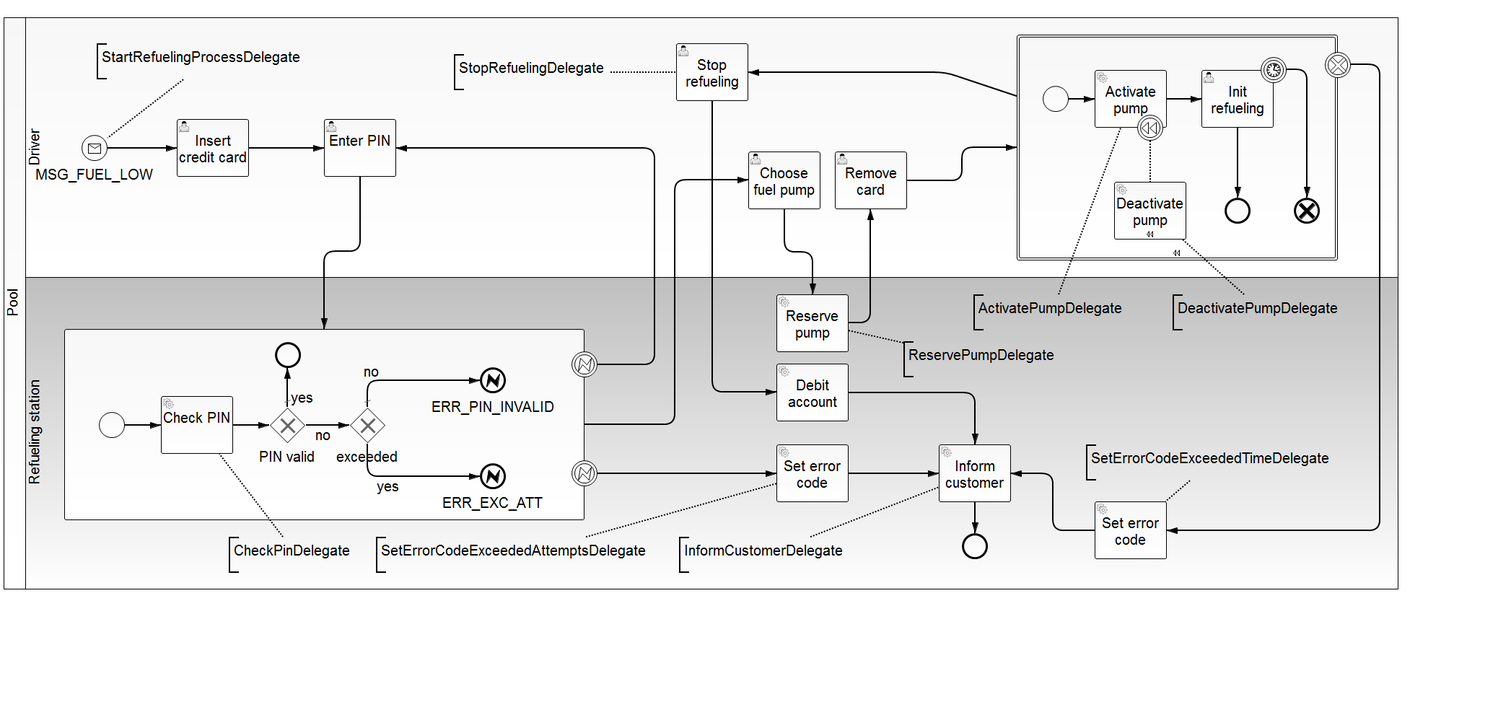
Before: bpmn-server/src/main/resources/RefuelNoCollaboration.png, a diagram exported from BPMN (gheddie/bpmn_watcher_all_new). Its source is kept beside it as bpmn-server/src/main/resources/RefuelNoCollaboration.bpmn. Ids are renumbered.
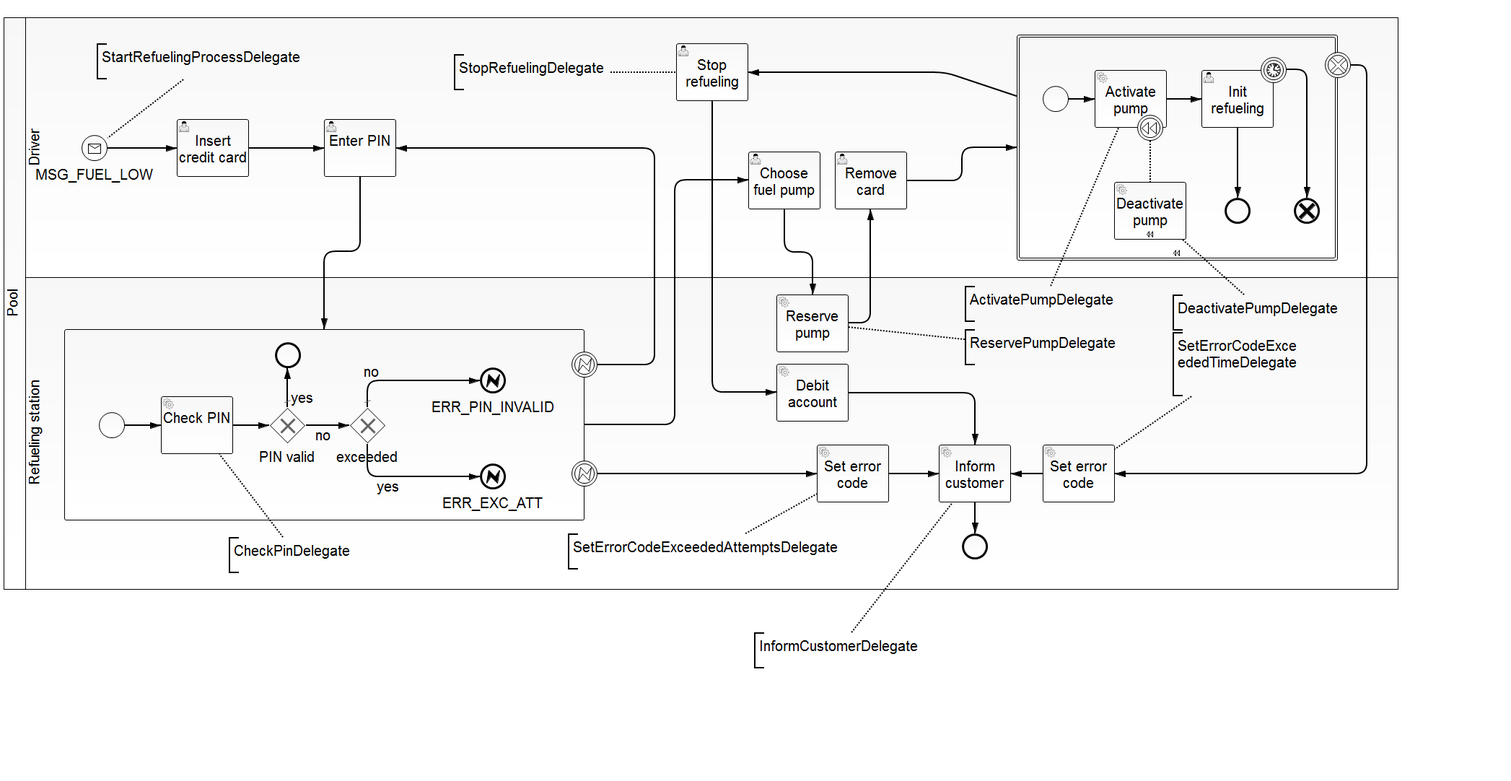
Above is the later version.

What changed in the source:
```diff
@@ -18,12 +18,12 @@
         <bpmn2:flowNodeRef>SubProcess_1</bpmn2:flowNodeRef>
         <bpmn2:flowNodeRef>BoundaryEvent_1</bpmn2:flowNodeRef>
         <bpmn2:flowNodeRef>BoundaryEvent_2</bpmn2:flowNodeRef>
-        <bpmn2:flowNodeRef>ServiceTask_5</bpmn2:flowNodeRef>
         <bpmn2:flowNodeRef>ServiceTask_2</bpmn2:flowNodeRef>
         <bpmn2:flowNodeRef>EndEvent_4</bpmn2:flowNodeRef>
         <bpmn2:flowNodeRef>ServiceTask_3</bpmn2:flowNodeRef>
         <bpmn2:flowNodeRef>ServiceTask_4</bpmn2:flowNodeRef>
-        <bpmn2:flowNodeRef>ServiceTask_7</bpmn2:flowNodeRef>
+        <bpmn2:flowNodeRef>ServiceTask_5</bpmn2:flowNodeRef>
+        <bpmn2:flowNodeRef>ServiceTask_6</bpmn2:flowNodeRef>
       </bpmn2:lane>
     </bpmn2:laneSet>
     <bpmn2:subProcess id="SubProcess_1">
@@ -78,7 +78,7 @@
       <bpmn2:outgoing>SequenceFlow_22</bpmn2:outgoing>
       <bpmn2:errorEventDefinition id="_ErrorEventDefinition_6" errorRef="Error_2"/>
     </bpmn2:boundaryEvent>
-    <bpmn2:sequenceFlow id="SequenceFlow_22" name="" sourceRef="BoundaryEvent_2" targetRef="ServiceTask_7"/>
+    <bpmn2:sequenceFlow id="SequenceFlow_22" name="" sourceRef="BoundaryEvent_2" targetRef="ServiceTask_6"/>
     <bpmn2:startEvent id="StartEvent_1" name="MSG_FUEL_LOW">
       <bpmn2:extensionElements>
         <camunda:executionListener class="de.gravitex.bpmn.server.delegate.refnocollab.StartRefuelingProcessDelegate" event="start"/>
@@ -139,11 +139,6 @@
         <bpmn2:cancelEventDefinition id="_CancelEventDefinition_2"/>
       </bpmn2:endEvent>
     </bpmn2:transaction>
-    <bpmn2:serviceTask id="ServiceTask_5" camunda:class="de.gravitex.bpmn.server.delegate.refnocollab.SetErrorCodeExceededTimeDelegate" name="Set error code">
-      <bpmn2:incoming>SequenceFlow_10</bpmn2:incoming>
-      <bpmn2:outgoing>SequenceFlow_20</bpmn2:outgoing>
-    </bpmn2:serviceTask>
-    <bpmn2:sequenceFlow id="SequenceFlow_20" name="" sourceRef="ServiceTask_5" targetRef="ServiceTask_2"/>
     <bpmn2:userTask id="UserTask_4" camunda:assignee="demo" name="Remove card">
       <bpmn2:incoming>SequenceFlow_15</bpmn2:incoming>
       <bpmn2:outgoing>SequenceFlow_16</bpmn2:outgoing>
@@ -155,9 +150,9 @@
     </bpmn2:userTask>
     <bpmn2:sequenceFlow id="SequenceFlow_14" name="" sourceRef="Task_1" targetRef="ServiceTask_3"/>
     <bpmn2:serviceTask id="ServiceTask_2" camunda:class="de.gravitex.bpmn.server.delegate.refnocollab.InformCustomerDelegate" name="Inform customer">
-      <bpmn2:incoming>SequenceFlow_20</bpmn2:incoming>
-      <bpmn2:incoming>SequenceFlow_23</bpmn2:incoming>
       <bpmn2:incoming>SequenceFlow_24</bpmn2:incoming>
+      <bpmn2:incoming>SequenceFlow_8</bpmn2:incoming>
+      <bpmn2:incoming>SequenceFlow_9</bpmn2:incoming>
       <bpmn2:outgoing>SequenceFlow_12</bpmn2:outgoing>
     </bpmn2:serviceTask>
     <bpmn2:sequenceFlow id="SequenceFlow_12" name="" sourceRef="ServiceTask_2" targetRef="EndEvent_4"/>
@@ -174,11 +169,6 @@
       <bpmn2:outgoing>SequenceFlow_24</bpmn2:outgoing>
     </bpmn2:serviceTask>
     <bpmn2:sequenceFlow id="SequenceFlow_24" name="" sourceRef="ServiceTask_4" targetRef="ServiceTask_2"/>
-    <bpmn2:serviceTask id="ServiceTask_7" camunda:class="de.gravitex.bpmn.server.delegate.refnocollab.SetErrorCodeExceededAttemptsDelegate" name="Set error code">
-      <bpmn2:incoming>SequenceFlow_22</bpmn2:incoming>
-      <bpmn2:outgoing>SequenceFlow_23</bpmn2:outgoing>
-    </bpmn2:serviceTask>
-    <bpmn2:sequenceFlow id="SequenceFlow_23" name="" sourceRef="ServiceTask_7" targetRef="ServiceTask_2"/>
     <bpmn2:userTask id="UserTask_5" camunda:assignee="demo" name="Stop refueling">
       <bpmn2:extensionElements>
         <camunda:executionListener class="de.gravitex.bpmn.server.delegate.refnocollab.StopRefuelingDelegate" event="end"/>
@@ -188,6 +178,16 @@
     </bpmn2:userTask>
     <bpmn2:sequenceFlow id="SequenceFlow_18" name="" sourceRef="UserTask_5" targetRef="ServiceTask_4"/>
     <bpmn2:sequenceFlow id="SequenceFlow_25" name="" sourceRef="Transaction_1" targetRef="UserTask_5"/>
+    <bpmn2:serviceTask id="ServiceTask_5" camunda:class="de.gravitex.bpmn.server.delegate.refnocollab.SetErrorCodeExceededTimeDelegate" name="Set error code">
+      <bpmn2:incoming>SequenceFlow_10</bpmn2:incoming>
+      <bpmn2:outgoing>SequenceFlow_8</bpmn2:outgoing>
+    </bpmn2:serviceTask>
+    <bpmn2:sequenceFlow id="SequenceFlow_8" name="" sourceRef="ServiceTask_5" targetRef="ServiceTask_2"/>
+    <bpmn2:serviceTask id="ServiceTask_6" camunda:class="de.gravitex.bpmn.server.delegate.refnocollab.SetErrorCodeExceededAttemptsDelegate" name="Set error code">
+      <bpmn2:incoming>SequenceFlow_22</bpmn2:incoming>
+      <bpmn2:outgoing>SequenceFlow_9</bpmn2:outgoing>
+    </bpmn2:serviceTask>
+    <bpmn2:sequenceFlow id="SequenceFlow_9" name="" sourceRef="ServiceTask_6" targetRef="ServiceTask_2"/>
     <bpmn2:textAnnotation id="TextAnnotation_1">
       <bpmn2:text>CheckPinDelegate</bpmn2:text>
     </bpmn2:textAnnotation>
@@ -199,7 +199,7 @@
     <bpmn2:textAnnotation id="TextAnnotation_3">
       <bpmn2:text>SetErrorCodeExceededAttemptsDelegate</bpmn2:text>
     </bpmn2:textAnnotation>
-    <bpmn2:association id="Association_5" sourceRef="TextAnnotation_3" targetRef="ServiceTask_7"/>
+    <bpmn2:association id="Association_5" sourceRef="TextAnnotation_3" targetRef="ServiceTask_6"/>
     <bpmn2:textAnnotation id="TextAnnotation_4">
       <bpmn2:text>SetErrorCodeExceededTimeDelegate</bpmn2:text>
     </bpmn2:textAnnotation>
@@ -409,11 +409,11 @@
         <di:waypoint xsi:type="dc:Point" x="299.0" y="629.0"/>
       </bpmndi:BPMNEdge>
       <bpmndi:BPMNShape id="_BPMNShape_TextAnnotation_5" bpmnElement="TextAnnotation_2">
-        <dc:Bounds height="50.0" width="232.0" x="936.0" y="744.0"/>
+        <dc:Bounds height="50.0" width="232.0" x="1040.0" y="876.0"/>
       </bpmndi:BPMNShape>
       <bpmndi:BPMNEdge id="BPMNEdge_Association_4" bpmnElement="Association_4" sourceElement="_BPMNShape_TextAnnotation_5" targetElement="_BPMNShape_ServiceTask_8">
-        <di:waypoint xsi:type="dc:Point" x="1117.0" y="744.0"/>
-        <di:waypoint xsi:type="dc:Point" x="1296.0" y="675.0"/>
+        <di:waypoint xsi:type="dc:Point" x="1175.0" y="876.0"/>
+        <di:waypoint xsi:type="dc:Point" x="1315.0" y="696.0"/>
       </bpmndi:BPMNEdge>
       <bpmndi:BPMNEdge id="BPMNEdge_SequenceFlow_15" bpmnElement="SequenceFlow_7" sourceElement="_BPMNShape_SubProcess_4" targetElement="_BPMNShape_Task_3">
         <di:waypoint xsi:type="dc:Point" x="804.0" y="588.0"/>
@@ -431,21 +431,19 @@
         </bpmndi:BPMNLabel>
       </bpmndi:BPMNShape>
       <bpmndi:BPMNShape id="_BPMNShape_TextAnnotation_7" bpmnElement="TextAnnotation_3">
-        <dc:Bounds height="50.0" width="400.0" x="516.0" y="744.0"/>
+        <dc:Bounds height="50.0" width="400.0" x="782.0" y="739.0"/>
       </bpmndi:BPMNShape>
-      <bpmndi:BPMNEdge id="BPMNEdge_Association_5" bpmnElement="Association_5" sourceElement="_BPMNShape_TextAnnotation_7" targetElement="_BPMNShape_ServiceTask_17">
-        <di:waypoint xsi:type="dc:Point" x="806.0" y="744.0"/>
-        <di:waypoint xsi:type="dc:Point" x="1071.0" y="670.0"/>
+      <bpmndi:BPMNEdge id="BPMNEdge_Association_5" bpmnElement="Association_5" sourceElement="_BPMNShape_TextAnnotation_7" targetElement="_BPMNShape_ServiceTask_23">
+        <di:waypoint xsi:type="dc:Point" x="1027.0" y="739.0"/>
+        <di:waypoint xsi:type="dc:Point" x="1127.0" y="684.0"/>
       </bpmndi:BPMNEdge>
-      <bpmndi:BPMNEdge id="BPMNEdge_SequenceFlow_18" bpmnElement="SequenceFlow_10" sourceElement="_BPMNShape_BoundaryEvent_7" targetElement="_BPMNShape_ServiceTask_15">
+      <bpmndi:BPMNEdge id="BPMNEdge_SequenceFlow_18" bpmnElement="SequenceFlow_10" sourceElement="_BPMNShape_BoundaryEvent_7" targetElement="_BPMNShape_ServiceTask_22">
         <di:waypoint xsi:type="dc:Point" x="1867.0" y="90.0"/>
-        <di:waypoint xsi:type="dc:Point" x="1907.0" y="89.0"/>
-        <di:waypoint xsi:type="dc:Point" x="1907.0" y="439.0"/>
-        <di:waypoint xsi:type="dc:Point" x="1907.0" y="600.0"/>
-        <di:waypoint xsi:type="dc:Point" x="1907.0" y="735.0"/>
-        <di:waypoint xsi:type="dc:Point" x="1612.0" y="735.0"/>
+        <di:waypoint xsi:type="dc:Point" x="1889.0" y="90.0"/>
+        <di:waypoint xsi:type="dc:Point" x="1889.0" y="656.0"/>
+        <di:waypoint xsi:type="dc:Point" x="1540.0" y="656.0"/>
         <bpmndi:BPMNLabel>
-          <dc:Bounds height="6.0" width="6.0" x="1902.0" y="427.0"/>
+          <dc:Bounds height="6.0" width="6.0" x="1886.0" y="448.0"/>
         </bpmndi:BPMNLabel>
       </bpmndi:BPMNEdge>
       <bpmndi:BPMNShape id="_BPMNShape_Task_3" bpmnElement="Task_1">
@@ -497,41 +495,19 @@
           <dc:Bounds height="6.0" width="6.0" x="979.0" y="165.0"/>
         </bpmndi:BPMNLabel>
       </bpmndi:BPMNEdge>
-      <bpmndi:BPMNShape id="_BPMNShape_ServiceTask_15" bpmnElement="ServiceTask_5">
-        <dc:Bounds height="80.0" width="100.0" x="1512.0" y="695.0"/>
-      </bpmndi:BPMNShape>
-      <bpmndi:BPMNEdge id="BPMNEdge_SequenceFlow_24" bpmnElement="SequenceFlow_20" sourceElement="_BPMNShape_ServiceTask_15" targetElement="_BPMNShape_ServiceTask_8">
-        <di:waypoint xsi:type="dc:Point" x="1512.0" y="735.0"/>
-        <di:waypoint xsi:type="dc:Point" x="1454.0" y="735.0"/>
-        <di:waypoint xsi:type="dc:Point" x="1454.0" y="656.0"/>
-        <di:waypoint xsi:type="dc:Point" x="1396.0" y="656.0"/>
-        <bpmndi:BPMNLabel>
-          <dc:Bounds height="6.0" width="6.0" x="1451.0" y="729.0"/>
-        </bpmndi:BPMNLabel>
-      </bpmndi:BPMNEdge>
-      <bpmndi:BPMNShape id="_BPMNShape_ServiceTask_17" bpmnElement="ServiceTask_7">
-        <dc:Bounds height="80.0" width="100.0" x="1071.0" y="616.0"/>
-      </bpmndi:BPMNShape>
-      <bpmndi:BPMNEdge id="BPMNEdge_SequenceFlow_26" bpmnElement="SequenceFlow_22" sourceElement="_BPMNShape_BoundaryEvent_4" targetElement="_BPMNShape_ServiceTask_17">
+      <bpmndi:BPMNEdge id="BPMNEdge_SequenceFlow_26" bpmnElement="SequenceFlow_22" sourceElement="_BPMNShape_BoundaryEvent_4" targetElement="_BPMNShape_ServiceTask_23">
         <di:waypoint xsi:type="dc:Point" x="823.0" y="656.0"/>
-        <di:waypoint xsi:type="dc:Point" x="1071.0" y="656.0"/>
+        <di:waypoint xsi:type="dc:Point" x="1127.0" y="656.0"/>
         <bpmndi:BPMNLabel>
           <dc:Bounds height="6.0" width="6.0" x="914.0" y="656.0"/>
         </bpmndi:BPMNLabel>
       </bpmndi:BPMNEdge>
-      <bpmndi:BPMNEdge id="BPMNEdge_SequenceFlow_27" bpmnElement="SequenceFlow_23" sourceElement="_BPMNShape_ServiceTask_17" targetElement="_BPMNShape_ServiceTask_8">
-        <di:waypoint xsi:type="dc:Point" x="1171.0" y="656.0"/>
-        <di:waypoint xsi:type="dc:Point" x="1296.0" y="656.0"/>
-        <bpmndi:BPMNLabel>
-          <dc:Bounds height="6.0" width="6.0" x="1269.0" y="656.0"/>
-        </bpmndi:BPMNLabel>
-      </bpmndi:BPMNEdge>
       <bpmndi:BPMNShape id="_BPMNShape_TextAnnotation_11" bpmnElement="TextAnnotation_4">
-        <dc:Bounds height="50.0" width="347.0" x="1500.0" y="616.0"/>
+        <dc:Bounds height="89.0" width="181.0" x="1620.0" y="460.0"/>
       </bpmndi:BPMNShape>
-      <bpmndi:BPMNEdge id="BPMNEdge_Association_1" bpmnElement="Association_1" sourceElement="_BPMNShape_TextAnnotation_11" targetElement="_BPMNShape_ServiceTask_15">
-        <di:waypoint xsi:type="dc:Point" x="1643.0" y="666.0"/>
-        <di:waypoint xsi:type="dc:Point" x="1609.0" y="695.0"/>
+      <bpmndi:BPMNEdge id="BPMNEdge_Association_1" bpmnElement="Association_1" sourceElement="_BPMNShape_TextAnnotation_11" targetElement="_BPMNShape_ServiceTask_22">
+        <di:waypoint xsi:type="dc:Point" x="1646.0" y="548.0"/>
+        <di:waypoint xsi:type="dc:Point" x="1540.0" y="621.0"/>
       </bpmndi:BPMNEdge>
       <bpmndi:BPMNEdge id="BPMNEdge_SequenceFlow_28" bpmnElement="SequenceFlow_24" sourceElement="_BPMNShape_ServiceTask_14" targetElement="_BPMNShape_ServiceTask_8">
         <di:waypoint xsi:type="dc:Point" x="1171.0" y="544.0"/>
@@ -545,11 +521,11 @@
         <dc:Bounds height="80.0" width="100.0" x="1512.0" y="97.0"/>
       </bpmndi:BPMNShape>
       <bpmndi:BPMNShape id="_BPMNShape_TextAnnotation_12" bpmnElement="TextAnnotation_5">
-        <dc:Bounds height="50.0" width="218.0" x="1344.0" y="408.0"/>
+        <dc:Bounds height="50.0" width="218.0" x="1332.0" y="396.0"/>
       </bpmndi:BPMNShape>
       <bpmndi:BPMNEdge id="BPMNEdge_Association_2" bpmnElement="Association_2" sourceElement="_BPMNShape_TextAnnotation_12" targetElement="_BPMNShape_ServiceTask_20">
-        <di:waypoint xsi:type="dc:Point" x="1462.0" y="408.0"/>
-        <di:waypoint xsi:type="dc:Point" x="1547.0" y="177.0"/>
+        <di:waypoint xsi:type="dc:Point" x="1452.0" y="396.0"/>
+        <di:waypoint xsi:type="dc:Point" x="1545.0" y="177.0"/>
       </bpmndi:BPMNEdge>
       <bpmndi:BPMNShape id="_BPMNShape_BoundaryEvent_6" bpmnElement="BoundaryEvent_4">
         <dc:Bounds height="36.0" width="36.0" x="1571.0" y="159.0"/>
@@ -648,11 +624,30 @@
         <di:waypoint xsi:type="dc:Point" x="144.0" y="191.0"/>
       </bpmndi:BPMNEdge>
       <bpmndi:BPMNShape id="_BPMNShape_TextAnnotation_16" bpmnElement="TextAnnotation_9">
-        <dc:Bounds height="50.0" width="230.0" x="1247.0" y="473.0"/>
+        <dc:Bounds height="50.0" width="230.0" x="1332.0" y="456.0"/>
       </bpmndi:BPMNShape>
       <bpmndi:BPMNEdge id="BPMNEdge_Association_10" bpmnElement="Association_10" sourceElement="_BPMNShape_TextAnnotation_16" targetElement="_BPMNShape_ServiceTask_13">
-        <di:waypoint xsi:type="dc:Point" x="1247.0" y="474.0"/>
-        <di:waypoint xsi:type="dc:Point" x="1171.0" y="458.0"/>
+        <di:waypoint xsi:type="dc:Point" x="1332.0" y="469.0"/>
+        <di:waypoint xsi:type="dc:Point" x="1171.0" y="453.0"/>
+      </bpmndi:BPMNEdge>
+      <bpmndi:BPMNShape id="_BPMNShape_ServiceTask_22" bpmnElement="ServiceTask_5">
+        <dc:Bounds height="80.0" width="100.0" x="1440.0" y="616.0"/>
+      </bpmndi:BPMNShape>
+      <bpmndi:BPMNEdge id="BPMNEdge_SequenceFlow_11" bpmnElement="SequenceFlow_8" sourceElement="_BPMNShape_ServiceTask_22" targetElement="_BPMNShape_ServiceTask_8">
+        <di:waypoint xsi:type="dc:Point" x="1440.0" y="656.0"/>
+        <di:waypoint xsi:type="dc:Point" x="1418.0" y="656.0"/>
+        <di:waypoint xsi:type="dc:Point" x="1418.0" y="656.0"/>
+        <di:waypoint xsi:type="dc:Point" x="1396.0" y="656.0"/>
+        <bpmndi:BPMNLabel>
+          <dc:Bounds height="6.0" width="6.0" x="1415.0" y="656.0"/>
+        </bpmndi:BPMNLabel>
+      </bpmndi:BPMNEdge>
+      <bpmndi:BPMNShape id="_BPMNShape_ServiceTask_23" bpmnElement="ServiceTask_6">
+        <dc:Bounds height="80.0" width="100.0" x="1127.0" y="616.0"/>
+      </bpmndi:BPMNShape>
+      <bpmndi:BPMNEdge id="BPMNEdge_SequenceFlow_16" bpmnElement="SequenceFlow_9" sourceElement="_BPMNShape_ServiceTask_23" targetElement="_BPMNShape_ServiceTask_8">
+        <di:waypoint xsi:type="dc:Point" x="1227.0" y="656.0"/>
+        <di:waypoint xsi:type="dc:Point" x="1296.0" y="656.0"/>
       </bpmndi:BPMNEdge>
     </bpmndi:BPMNPlane>
   </bpmndi:BPMNDiagram>
```
